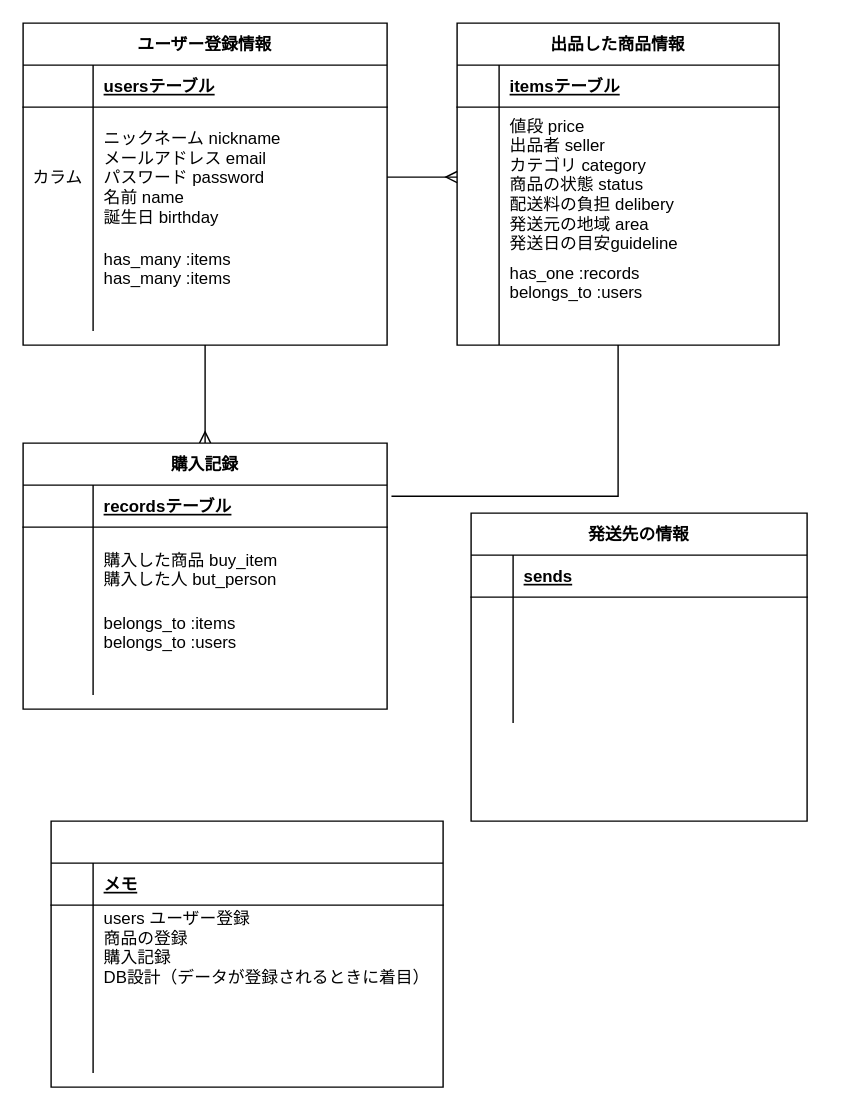
Earlier version of the draw.io diagram .dio (yochandesu/furima-33800). Source tidied: cells renumbered, new cells numbered last; positions are measured from the earlier drawing's top-left corner, leaving out a move shared by most shapes. Both pictures are drawn from the tidied source at 140%, with x=0, y=0 at pixel (22, 22).
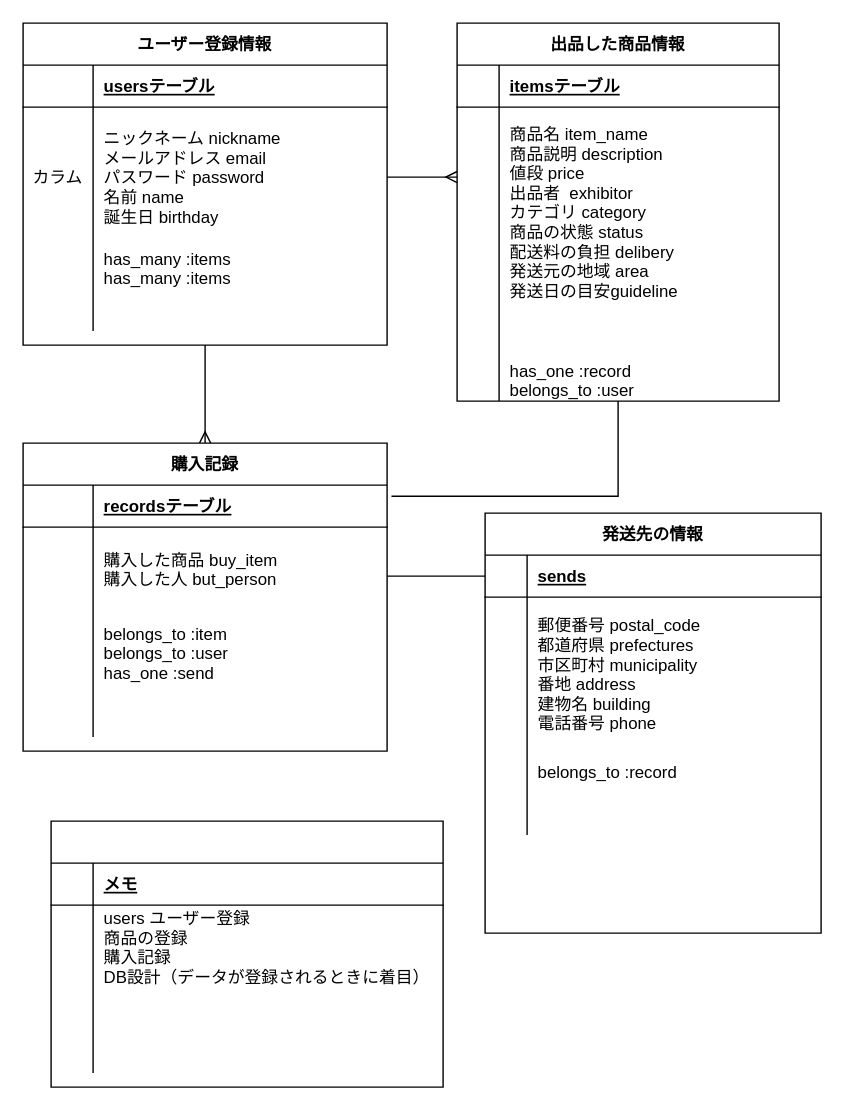
After the change.

Commit message (it also covers changes not shown here):
データベース設計3

Unchanged cells that the change refers to:
```xml
<mxCell id="57" style="shape=partialRectangle;fillColor=none;top=0;left=0;bottom=1;right=0;points=[[0,0.5],[1,0.5]];portConstraint=eastwest;" parent="56" vertex="1">
  <mxGeometry y="30" width="240" height="30" as="geometry" />
</mxCell>
```

Diff of the diagram source:
```diff
@@
     <mxCell id="17" value="出品した商品情報" style="shape=table;startSize=30;childLayout=tableLayout;rowLines=0;fontStyle=1;align=center;" parent="1" vertex="1">
-      <mxGeometry x="310" width="230" height="230" as="geometry" />
+      <mxGeometry x="310" width="230" height="270" as="geometry" />
     </mxCell>
@@
     <mxCell id="21" style="shape=partialRectangle;fillColor=none;top=0;left=0;bottom=0;right=0;" parent="17" vertex="1">
-      <mxGeometry y="60" width="230" height="110" as="geometry" />
+      <mxGeometry y="60" width="230" height="150" as="geometry" />
     </mxCell>
     <mxCell id="22" style="shape=partialRectangle;fillColor=none;top=0;left=0;bottom=0;right=0;overflow=hidden;" parent="21" vertex="1">
-      <mxGeometry width="30" height="110" as="geometry" />
+      <mxGeometry width="30" height="150" as="geometry" />
     </mxCell>
-    <mxCell id="23" value="値段 price&#10;出品者 seller&#10;カテゴリ category&#10;商品の状態 status&#10;配送料の負担 delibery&#10;発送元の地域 area&#10;発送日の目安guideline" style="shape=partialRectangle;fillColor=none;top=0;left=0;bottom=0;right=0;align=left;spacingLeft=6;overflow=hidden;" parent="21" vertex="1">
-      <mxGeometry x="30" width="200" height="110" as="geometry" />
+    <mxCell id="23" value="商品名 item_name&#10;商品説明 description&#10;値段 price&#10;出品者  exhibitor&#10;カテゴリ category&#10;商品の状態 status&#10;配送料の負担 delibery&#10;発送元の地域 area&#10;発送日の目安guideline" style="shape=partialRectangle;fillColor=none;top=0;left=0;bottom=0;right=0;align=left;spacingLeft=6;overflow=hidden;" parent="21" vertex="1">
+      <mxGeometry x="30" width="200" height="150" as="geometry" />
     </mxCell>
+    <mxCell id="27" style="shape=partialRectangle;fillColor=none;top=0;left=0;bottom=0;right=0;" parent="17" vertex="1">
+      <mxGeometry y="210" width="230" height="30" as="geometry" />
+    </mxCell>
+    <mxCell id="28" style="shape=partialRectangle;fillColor=none;top=0;left=0;bottom=0;right=0;overflow=hidden;" parent="27" vertex="1">
+      <mxGeometry width="30" height="30" as="geometry" />
+    </mxCell>
+    <mxCell id="29" style="shape=partialRectangle;fillColor=none;top=0;left=0;bottom=0;right=0;align=left;spacingLeft=6;overflow=hidden;" parent="27" vertex="1">
+      <mxGeometry x="30" width="200" height="30" as="geometry" />
+    </mxCell>
     <mxCell id="24" style="shape=partialRectangle;fillColor=none;top=0;left=0;bottom=0;right=0;" parent="17" vertex="1">
-      <mxGeometry y="170" width="230" height="30" as="geometry" />
+      <mxGeometry y="240" width="230" height="30" as="geometry" />
     </mxCell>
@@
-    <mxCell id="26" value="has_one :records&#10;belongs_to :users&#10;" style="shape=partialRectangle;fillColor=none;top=0;left=0;bottom=0;right=0;align=left;spacingLeft=6;overflow=hidden;" parent="24" vertex="1">
+    <mxCell id="26" value="has_one :record&#10;belongs_to :user&#10;" style="shape=partialRectangle;fillColor=none;top=0;left=0;bottom=0;right=0;align=left;spacingLeft=6;overflow=hidden;" parent="24" vertex="1">
       <mxGeometry x="30" width="200" height="30" as="geometry" />
     </mxCell>
-    <mxCell id="27" style="shape=partialRectangle;fillColor=none;top=0;left=0;bottom=0;right=0;" parent="17" vertex="1">
-      <mxGeometry y="200" width="230" height="30" as="geometry" />
-    </mxCell>
-    <mxCell id="28" style="shape=partialRectangle;fillColor=none;top=0;left=0;bottom=0;right=0;overflow=hidden;" parent="27" vertex="1">
-      <mxGeometry width="30" height="30" as="geometry" />
-    </mxCell>
-    <mxCell id="29" style="shape=partialRectangle;fillColor=none;top=0;left=0;bottom=0;right=0;align=left;spacingLeft=6;overflow=hidden;" parent="27" vertex="1">
-      <mxGeometry x="30" width="200" height="30" as="geometry" />
-    </mxCell>
+    <mxCell id="70" style="edgeStyle=orthogonalEdgeStyle;rounded=0;jettySize=auto;html=1;entryX=0;entryY=0.5;entryDx=0;entryDy=0;endArrow=none;endFill=0;" parent="1" edge="1" source="30" target="57">
+      <mxGeometry relative="1" as="geometry">
+        <Array as="points">
+          <mxPoint x="280" y="395" />
+          <mxPoint x="280" y="395" />
+        </Array>
+      </mxGeometry>
+    </mxCell>
     <mxCell id="30" value="購入記録" style="shape=table;startSize=30;childLayout=tableLayout;rowLines=0;fontStyle=1;align=center;" parent="1" vertex="1">
-      <mxGeometry y="300" width="260" height="190" as="geometry" />
+      <mxGeometry y="300" width="260" height="220" as="geometry" />
     </mxCell>
@@
     <mxCell id="37" style="shape=partialRectangle;fillColor=none;top=0;left=0;bottom=0;right=0;" parent="30" vertex="1">
-      <mxGeometry y="120" width="260" height="30" as="geometry" />
+      <mxGeometry y="120" width="260" height="60" as="geometry" />
     </mxCell>
     <mxCell id="38" style="shape=partialRectangle;fillColor=none;top=0;left=0;bottom=0;right=0;overflow=hidden;" parent="37" vertex="1">
-      <mxGeometry width="50" height="30" as="geometry" />
+      <mxGeometry width="50" height="60" as="geometry" />
     </mxCell>
-    <mxCell id="39" value="belongs_to :items&#10;belongs_to :users" style="shape=partialRectangle;fillColor=none;top=0;left=0;bottom=0;right=0;align=left;spacingLeft=6;overflow=hidden;" parent="37" vertex="1">
-      <mxGeometry x="50" width="210" height="30" as="geometry" />
+    <mxCell id="39" value="belongs_to :item&#10;belongs_to :user&#10;has_one :send" style="shape=partialRectangle;fillColor=none;top=0;left=0;bottom=0;right=0;align=left;spacingLeft=6;overflow=hidden;" parent="37" vertex="1">
+      <mxGeometry x="50" width="210" height="60" as="geometry" />
     </mxCell>
     <mxCell id="40" style="shape=partialRectangle;fillColor=none;top=0;left=0;bottom=0;right=0;" parent="30" vertex="1">
-      <mxGeometry y="150" width="260" height="30" as="geometry" />
+      <mxGeometry y="180" width="260" height="30" as="geometry" />
     </mxCell>
@@
     <mxCell id="56" value="発送先の情報" style="shape=table;startSize=30;childLayout=tableLayout;rowLines=0;fontStyle=1;align=center;" parent="1" vertex="1">
-      <mxGeometry x="320" y="350" width="240" height="220" as="geometry" />
+      <mxGeometry x="330" y="350" width="240" height="300" as="geometry" />
     </mxCell>
@@
     <mxCell id="60" style="shape=partialRectangle;fillColor=none;top=0;left=0;bottom=0;right=0;" parent="56" vertex="1">
-      <mxGeometry y="60" width="240" height="30" as="geometry" />
+      <mxGeometry y="60" width="240" height="110" as="geometry" />
     </mxCell>
     <mxCell id="61" style="shape=partialRectangle;fillColor=none;top=0;left=0;bottom=0;right=0;overflow=hidden;" parent="60" vertex="1">
-      <mxGeometry width="30" height="30" as="geometry" />
+      <mxGeometry width="30" height="110" as="geometry" />
     </mxCell>
-    <mxCell id="62" style="shape=partialRectangle;fillColor=none;top=0;left=0;bottom=0;right=0;align=left;spacingLeft=6;overflow=hidden;" parent="60" vertex="1">
-      <mxGeometry x="30" width="210" height="30" as="geometry" />
+    <mxCell id="62" value="郵便番号 postal_code&#10;都道府県 prefectures&#10;市区町村 municipality&#10;番地 address&#10;建物名 building&#10;電話番号 phone" style="shape=partialRectangle;fillColor=none;top=0;left=0;bottom=0;right=0;align=left;spacingLeft=6;overflow=hidden;" parent="60" vertex="1">
+      <mxGeometry x="30" width="210" height="110" as="geometry" />
     </mxCell>
     <mxCell id="63" style="shape=partialRectangle;fillColor=none;top=0;left=0;bottom=0;right=0;" parent="56" vertex="1">
-      <mxGeometry y="90" width="240" height="30" as="geometry" />
+      <mxGeometry y="170" width="240" height="30" as="geometry" />
     </mxCell>
@@
-    <mxCell id="65" style="shape=partialRectangle;fillColor=none;top=0;left=0;bottom=0;right=0;align=left;spacingLeft=6;overflow=hidden;" parent="63" vertex="1">
+    <mxCell id="65" value="belongs_to :record" style="shape=partialRectangle;fillColor=none;top=0;left=0;bottom=0;right=0;align=left;spacingLeft=6;overflow=hidden;" parent="63" vertex="1">
       <mxGeometry x="30" width="210" height="30" as="geometry" />
     </mxCell>
     <mxCell id="66" style="shape=partialRectangle;fillColor=none;top=0;left=0;bottom=0;right=0;" parent="56" vertex="1">
-      <mxGeometry y="120" width="240" height="30" as="geometry" />
+      <mxGeometry y="200" width="240" height="30" as="geometry" />
     </mxCell>
```
